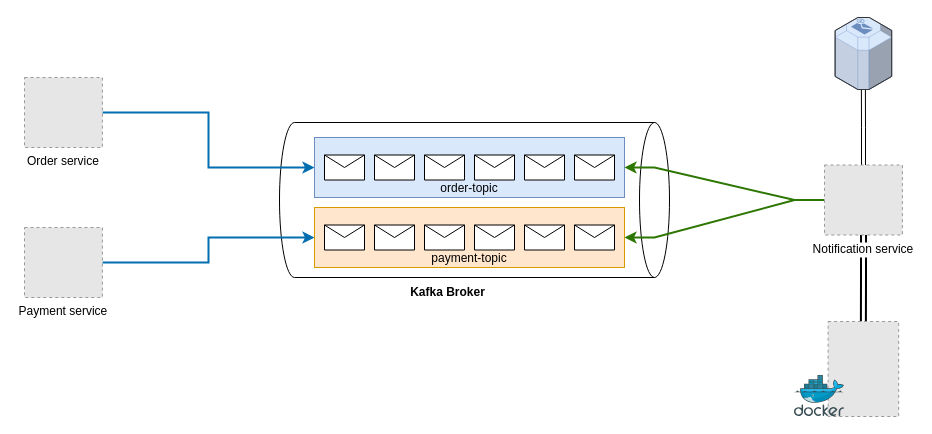
The draw.io diagram page "async-communication" (4 of 4) of diagram/diagram.drawio in subrotokumar/dxdeployer, before the edit. Source tidied: cells renumbered, new cells numbered last; positions are measured from the earlier drawing's top-left corner, leaving out a move shared by most shapes. Both pictures are drawn from the tidied source at 100%, with x=0, y=0 at pixel (24, 5). Pictures stored in the file or linked from it are replaced by grey dashed boxes.
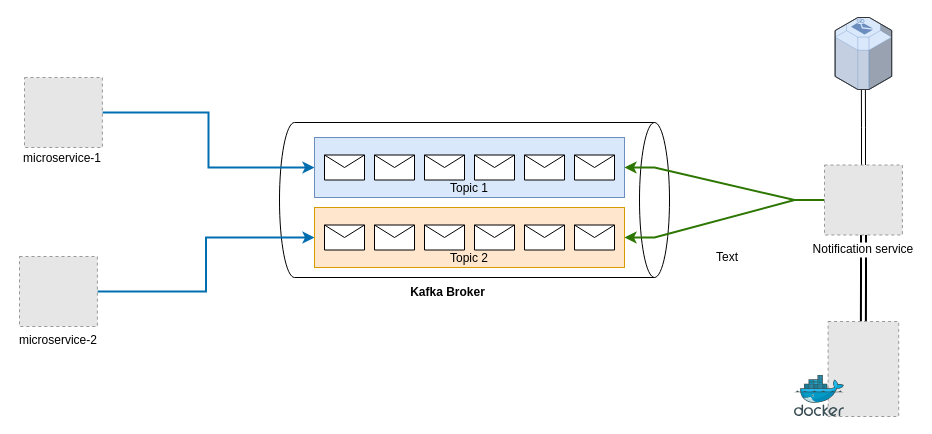
After the change.

The edit, as a diff of the source:
```diff
@@
-    <mxCell id="4" value="Order service" style="fillColor=#E6E6E6;strokeColor=#999999;dashed=1;verticalLabelPosition=bottom;labelBackgroundColor=default;verticalAlign=top;" parent="1" vertex="1">
+    <mxCell id="4" style="fillColor=#E6E6E6;strokeColor=#999999;dashed=1;verticalLabelPosition=bottom;labelBackgroundColor=default;verticalAlign=top;" parent="1" vertex="1">
       <mxGeometry y="72" width="77.9" height="70" as="geometry" />
     </mxCell>
@@
-    <mxCell id="6" value="Payment service" style="fillColor=#E6E6E6;strokeColor=#999999;dashed=1;verticalLabelPosition=bottom;labelBackgroundColor=default;verticalAlign=top;" parent="1" vertex="1">
-      <mxGeometry y="222" width="77.9" height="70" as="geometry" />
+    <mxCell id="6" value="microservice-2" style="fillColor=#E6E6E6;strokeColor=#999999;dashed=1;verticalLabelPosition=bottom;labelBackgroundColor=default;verticalAlign=top;" parent="1" vertex="1">
+      <mxGeometry x="-5" y="251" width="77.9" height="70" as="geometry" />
     </mxCell>
@@
-    <mxCell id="13" value="payment-topic" style="rounded=0;whiteSpace=wrap;html=1;fillColor=#ffe6cc;strokeColor=#d79b00;verticalAlign=bottom;" parent="1" vertex="1">
+    <mxCell id="13" value="Topic 2" style="rounded=0;whiteSpace=wrap;html=1;fillColor=#ffe6cc;strokeColor=#d79b00;verticalAlign=bottom;" parent="1" vertex="1">
       <mxGeometry x="290" y="202" width="310" height="60" as="geometry" />
     </mxCell>
@@
-    <mxCell id="21" value="order-topic" style="rounded=0;whiteSpace=wrap;html=1;fillColor=#dae8fc;strokeColor=#6c8ebf;verticalAlign=bottom;" parent="1" vertex="1">
+    <mxCell id="21" value="Topic 1" style="rounded=0;whiteSpace=wrap;html=1;fillColor=#dae8fc;strokeColor=#6c8ebf;verticalAlign=bottom;" parent="1" vertex="1">
       <mxGeometry x="290" y="132" width="310" height="60" as="geometry" />
     </mxCell>
@@
+    <mxCell id="32" value="&lt;span style=&quot;color: rgb(0, 0, 0); font-family: Helvetica; font-size: 12px; font-style: normal; font-variant-ligatures: normal; font-variant-caps: normal; font-weight: 400; letter-spacing: normal; orphans: 2; text-align: center; text-indent: 0px; text-transform: none; widows: 2; word-spacing: 0px; -webkit-text-stroke-width: 0px; white-space: nowrap; background-color: rgb(255, 255, 255); text-decoration-thickness: initial; text-decoration-style: initial; text-decoration-color: initial; display: inline !important; float: none;&quot;&gt;microservice-1&lt;/span&gt;" style="text;whiteSpace=wrap;html=1;" parent="1" vertex="1">
+      <mxGeometry x="-3" y="139" width="148" height="36" as="geometry" />
+    </mxCell>
+    <mxCell id="33" value="Text" style="text;strokeColor=none;align=center;fillColor=none;html=1;verticalAlign=middle;whiteSpace=wrap;rounded=0;" parent="1" vertex="1">
+      <mxGeometry x="673" y="237" width="60" height="30" as="geometry" />
+    </mxCell>
```
